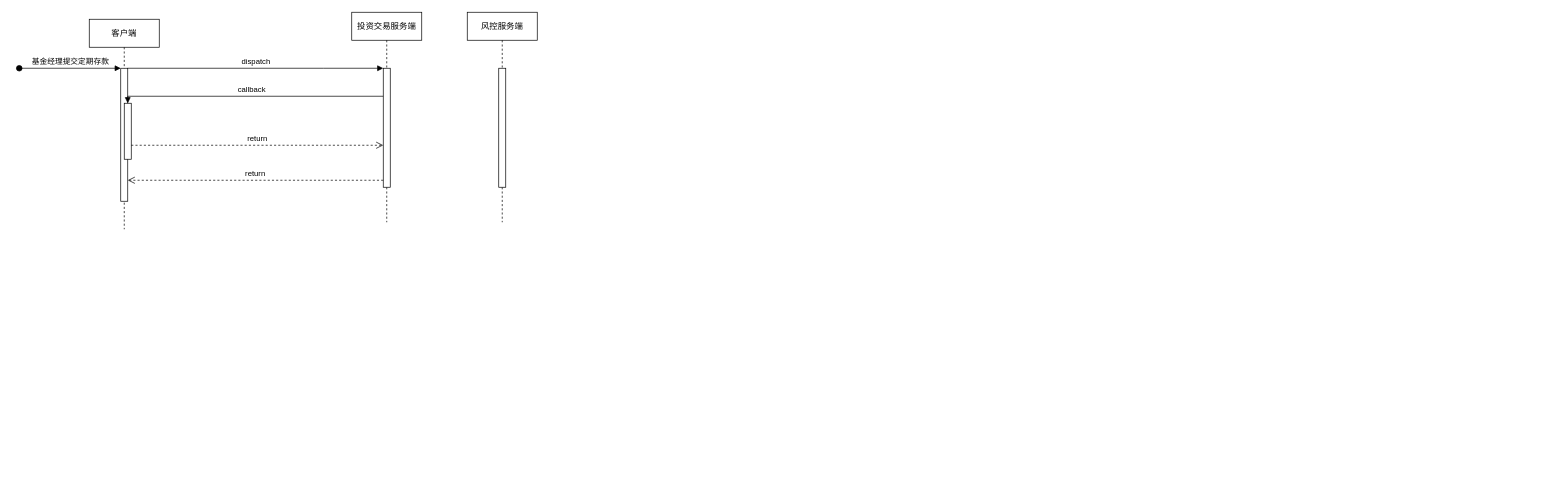
The draw.io diagram drawio/定存保存逻辑.drawio in happinessandlove/Pic, before the edit. Source tidied: cells renumbered, new cells numbered last; positions are measured from the earlier drawing's top-left corner, leaving out a move shared by most shapes. Both pictures are drawn from the tidied source at 70%, with x=0, y=0 at pixel (19, 12).
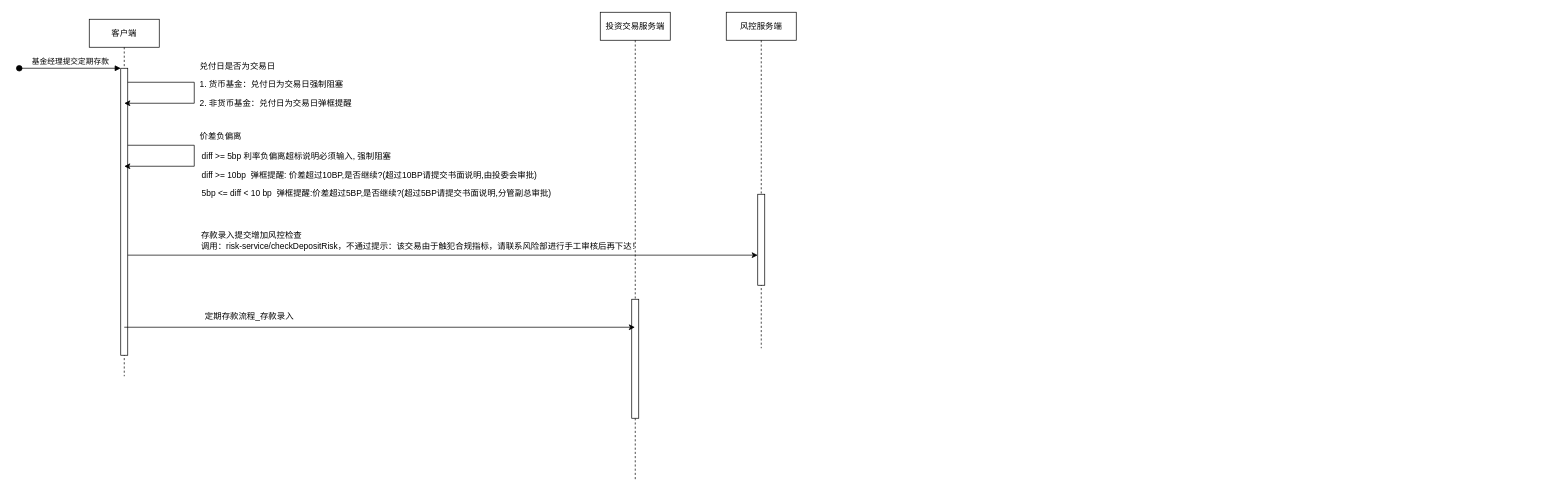
After the change.

Commit message (it also covers changes not shown here):
更新定存保存逻辑.drawio

Change to the diagram source:
```diff
@@
     <mxCell id="2" value="客户端" style="shape=umlLifeline;perimeter=lifelinePerimeter;whiteSpace=wrap;html=1;newEdgeStyle={&quot;edgeStyle&quot;:&quot;elbowEdgeStyle&quot;,&quot;elbow&quot;:&quot;vertical&quot;,&quot;curved&quot;:0,&quot;rounded&quot;:0};" parent="1" vertex="1">
-      <mxGeometry x="100" y="10" width="100" height="300" as="geometry" />
+      <mxGeometry x="100" y="10" width="100" height="510" as="geometry" />
     </mxCell>
     <mxCell id="3" style="html=1;points=[];perimeter=orthogonalPerimeter;outlineConnect=0;targetShapes=umlLifeline;portConstraint=eastwest;newEdgeStyle={&quot;edgeStyle&quot;:&quot;elbowEdgeStyle&quot;,&quot;elbow&quot;:&quot;vertical&quot;,&quot;curved&quot;:0,&quot;rounded&quot;:0};" parent="2" vertex="1">
-      <mxGeometry x="45" y="70" width="10" height="190" as="geometry" />
+      <mxGeometry x="45" y="70" width="10" height="410" as="geometry" />
     </mxCell>
@@
-    <mxCell id="5" style="html=1;points=[];perimeter=orthogonalPerimeter;outlineConnect=0;targetShapes=umlLifeline;portConstraint=eastwest;newEdgeStyle={&quot;edgeStyle&quot;:&quot;elbowEdgeStyle&quot;,&quot;elbow&quot;:&quot;vertical&quot;,&quot;curved&quot;:0,&quot;rounded&quot;:0};" parent="2" vertex="1">
-      <mxGeometry x="50" y="120" width="10" height="80" as="geometry" />
-    </mxCell>
     <mxCell id="6" value="投资交易服务端" style="shape=umlLifeline;perimeter=lifelinePerimeter;whiteSpace=wrap;html=1;outlineConnect=0;portConstraint=eastwest;newEdgeStyle={&quot;edgeStyle&quot;:&quot;elbowEdgeStyle&quot;,&quot;elbow&quot;:&quot;vertical&quot;,&quot;curved&quot;:0,&quot;rounded&quot;:0};" parent="1" vertex="1">
-      <mxGeometry x="475" width="100" height="300" as="geometry" />
+      <mxGeometry x="830" width="100" height="670" as="geometry" />
     </mxCell>
     <mxCell id="7" style="html=1;points=[];perimeter=orthogonalPerimeter;outlineConnect=0;targetShapes=umlLifeline;portConstraint=eastwest;newEdgeStyle={&quot;edgeStyle&quot;:&quot;elbowEdgeStyle&quot;,&quot;elbow&quot;:&quot;vertical&quot;,&quot;curved&quot;:0,&quot;rounded&quot;:0};" parent="6" vertex="1">
-      <mxGeometry x="45" y="80" width="10" height="170" as="geometry" />
+      <mxGeometry x="45" y="410" width="10" height="170" as="geometry" />
     </mxCell>
-    <mxCell id="8" value="dispatch" style="html=1;verticalAlign=bottom;endArrow=block;edgeStyle=elbowEdgeStyle;elbow=vertical;curved=0;rounded=0;" parent="1" edge="1" source="3" target="7">
-      <mxGeometry relative="1" as="geometry">
-        <Array as="points">
-          <mxPoint x="435" y="80" />
-        </Array>
-      </mxGeometry>
-    </mxCell>
-    <mxCell id="9" value="return" style="html=1;verticalAlign=bottom;endArrow=open;dashed=1;endSize=8;edgeStyle=elbowEdgeStyle;elbow=vertical;curved=0;rounded=0;" parent="1" edge="1" source="7" target="3">
-      <mxGeometry relative="1" as="geometry">
-        <Array as="points">
-          <mxPoint x="445" y="240" />
-        </Array>
-      </mxGeometry>
-    </mxCell>
-    <mxCell id="10" value="callback" style="html=1;verticalAlign=bottom;endArrow=block;edgeStyle=elbowEdgeStyle;elbow=vertical;curved=0;rounded=0;" parent="1" edge="1" source="7" target="5">
-      <mxGeometry relative="1" as="geometry">
-        <Array as="points">
-          <mxPoint x="445" y="120" />
-        </Array>
-      </mxGeometry>
-    </mxCell>
-    <mxCell id="11" value="return" style="html=1;verticalAlign=bottom;endArrow=open;dashed=1;endSize=8;edgeStyle=elbowEdgeStyle;elbow=vertical;curved=0;rounded=0;" parent="1" edge="1" source="5" target="7">
-      <mxGeometry relative="1" as="geometry">
-        <Array as="points">
-          <mxPoint x="435" y="190" />
-        </Array>
-      </mxGeometry>
-    </mxCell>
     <mxCell id="12" value="风控服务端" style="shape=umlLifeline;perimeter=lifelinePerimeter;whiteSpace=wrap;html=1;newEdgeStyle={&quot;edgeStyle&quot;:&quot;elbowEdgeStyle&quot;,&quot;elbow&quot;:&quot;vertical&quot;,&quot;curved&quot;:0,&quot;rounded&quot;:0};" parent="1" vertex="1">
-      <mxGeometry x="640" width="100" height="300" as="geometry" />
+      <mxGeometry x="1010" width="100" height="480" as="geometry" />
     </mxCell>
     <mxCell id="13" style="html=1;perimeter=orthogonalPerimeter;targetShapes=umlLifeline;newEdgeStyle={&quot;edgeStyle&quot;:&quot;elbowEdgeStyle&quot;,&quot;elbow&quot;:&quot;vertical&quot;,&quot;curved&quot;:0,&quot;rounded&quot;:0};" parent="12" vertex="1">
-      <mxGeometry x="45" y="80" width="10" height="170" as="geometry" />
+      <mxGeometry x="45" y="260" width="10" height="130" as="geometry" />
     </mxCell>
+    <mxCell id="14" style="endArrow=classic;html=1;rounded=0;" parent="1" edge="1">
+      <mxGeometry relative="1" as="geometry">
+        <mxPoint x="155" y="100" as="sourcePoint" />
+        <mxPoint x="150" y="130" as="targetPoint" />
+        <Array as="points">
+          <mxPoint x="250" y="100" />
+          <mxPoint x="250" y="130" />
+        </Array>
+      </mxGeometry>
+    </mxCell>
+    <mxCell id="15" style="endArrow=classic;html=1;rounded=0;" parent="1" edge="1">
+      <mxGeometry relative="1" as="geometry">
+        <mxPoint x="155" y="190" as="sourcePoint" />
+        <mxPoint x="150" y="220" as="targetPoint" />
+        <Array as="points">
+          <mxPoint x="250" y="190" />
+          <mxPoint x="250" y="220" />
+        </Array>
+      </mxGeometry>
+    </mxCell>
+    <mxCell id="16" value="&lt;font style=&quot;font-size: 12px;&quot;&gt;兑付日是否为交易日&lt;br&gt;&lt;p&gt;1. 货币基金：兑付日为交易日强制阻塞&lt;/p&gt;&lt;p&gt;2. 非货币基金：兑付日为交易日弹框提醒&lt;/p&gt;&lt;/font&gt;" style="text;html=1;strokeColor=none;fillColor=none;align=left;verticalAlign=middle;whiteSpace=wrap;rounded=0;fontSize=9;spacing=0;" parent="1" vertex="1">
+      <mxGeometry x="258" y="95" width="217" height="30" as="geometry" />
+    </mxCell>
+    <mxCell id="17" value="价差负偏离&lt;br&gt;&lt;table style=&quot;width: 1925.95px;&quot;&gt;&lt;tbody&gt;&lt;tr&gt;&lt;td&gt;&lt;p&gt;diff &amp;gt;= 5bp&amp;nbsp;利率负偏离超标说明必须输入, 强制阻塞&lt;br&gt;&lt;/p&gt;&lt;p&gt;diff &amp;gt;= 10bp&amp;nbsp;&amp;nbsp;弹框提醒:&amp;nbsp;价差超过10BP,是否继续?(超过10BP请提交书面说明,由投委会审批)&lt;/p&gt;&lt;p&gt;5bp &amp;lt;= diff &amp;lt;&amp;nbsp;10 bp&amp;nbsp;&amp;nbsp;弹框提醒:价差超过5BP,是否继续?(超过5BP请提交书面说明,分管副总审批)&lt;/p&gt;&lt;/td&gt;&lt;/tr&gt;&lt;/tbody&gt;&lt;/table&gt;" style="text;html=1;strokeColor=none;fillColor=none;align=left;verticalAlign=middle;whiteSpace=wrap;rounded=0;spacing=0;" parent="1" vertex="1">
+      <mxGeometry x="258" y="210" width="120" height="30" as="geometry" />
+    </mxCell>
+    <mxCell id="18" style="endArrow=classic;html=1;rounded=0;" parent="1" edge="1">
+      <mxGeometry relative="1" as="geometry">
+        <mxPoint x="155" y="347" as="sourcePoint" />
+        <mxPoint x="1055" y="347" as="targetPoint" />
+      </mxGeometry>
+    </mxCell>
+    <mxCell id="19" value="存款录入提交增加风控检查&lt;br&gt;调用：risk-service/checkDepositRisk，不通过提示：该交易由于触犯合规指标，请联系风险部进行手工审核后再下达！" style="text;html=1;strokeColor=none;fillColor=none;align=left;verticalAlign=middle;whiteSpace=wrap;rounded=0;" parent="1" vertex="1">
+      <mxGeometry x="258" y="311" width="640" height="30" as="geometry" />
+    </mxCell>
+    <mxCell id="20" style="endArrow=classic;html=1;rounded=0;" parent="1" edge="1" target="6">
+      <mxGeometry relative="1" as="geometry">
+        <mxPoint x="150" y="450" as="sourcePoint" />
+      </mxGeometry>
+    </mxCell>
+    <mxCell id="21" value="定期存款流程_存款录入" style="text;html=1;strokeColor=none;fillColor=none;align=center;verticalAlign=middle;whiteSpace=wrap;rounded=0;" parent="1" vertex="1">
+      <mxGeometry x="258" y="420" width="142" height="30" as="geometry" />
+    </mxCell>
```
